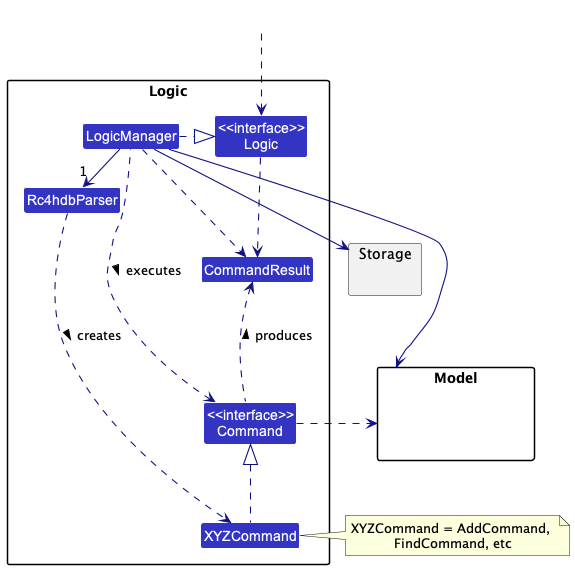
Earlier version of the PlantUML export docs/images/LogicClassDiagram.png (nus-cs2103-AY2223S1/tp).
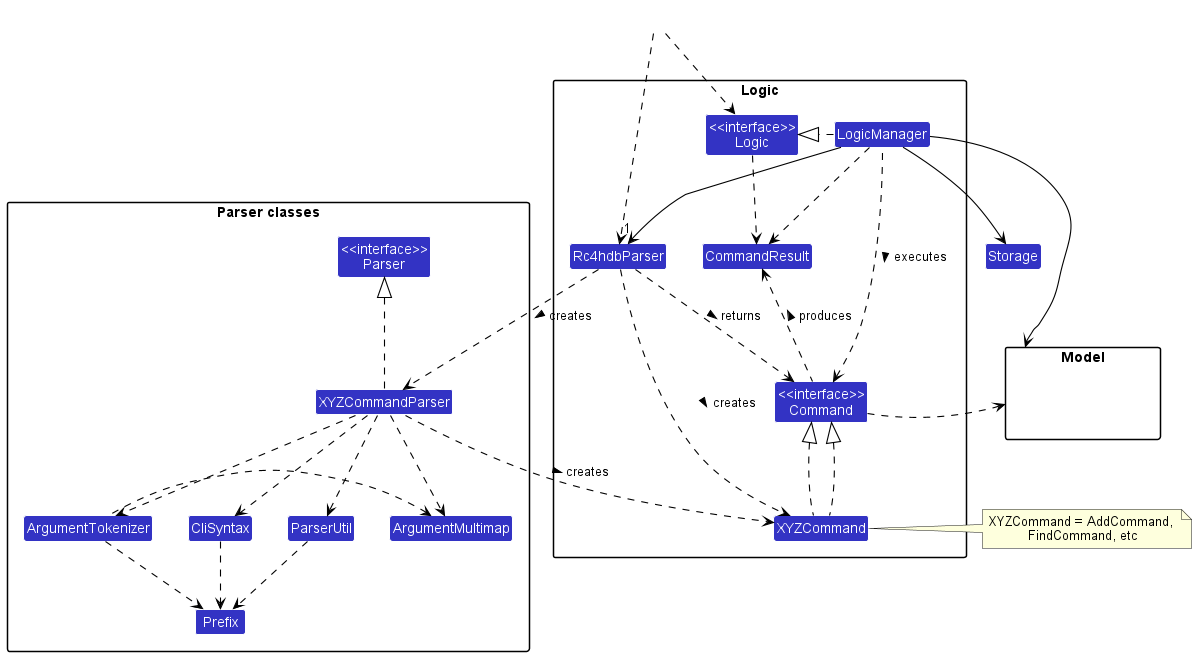
The same file after the commit.

Diff of the diagram source:
```diff
@@ -1,7 +1,7 @@
 @startuml
 !include style.puml
 skinparam arrowThickness 1.1
-skinparam arrowColor LOGIC_COLOR_T4
+skinparam arrowColor BLACK
 skinparam classBackgroundColor LOGIC_COLOR
 
 package Logic {
@@ -19,7 +19,19 @@
 Class HiddenModel #FFFFFF
 }
 
-package Storage{
+Class "<<interface>>\nCommand" as Command
+Class XYZCommand
+
+
+package "Parser classes"{
+Class "<<interface>>\nParser" as Parser
+Class Rc4hdbParser
+Class XYZCommandParser
+Class CliSyntax
+Class ParserUtil
+Class ArgumentMultimap
+Class ArgumentTokenizer
+Class Prefix
 }
 
 Class HiddenOutside #FFFFFF
@@ -42,4 +54,22 @@
 Logic ..> CommandResult
 LogicManager .down.> CommandResult
 Command .up.> CommandResult : produces >
+
+HiddenOutside ..> Rc4hdbParser
+
+Rc4hdbParser .down.> XYZCommandParser: creates >
+
+XYZCommandParser ..> XYZCommand : creates >
+Rc4hdbParser ..> Command : returns >
+XYZCommandParser .up.|> Parser
+XYZCommandParser ..> ArgumentMultimap
+XYZCommandParser ..> ArgumentTokenizer
+ArgumentTokenizer .left.> ArgumentMultimap
+XYZCommandParser ..> CliSyntax
+CliSyntax ..> Prefix
+XYZCommandParser ..> ParserUtil
+ParserUtil .down.> Prefix
+ArgumentTokenizer .down.> Prefix
+XYZCommand .up.|> Command
+
 @enduml
```
